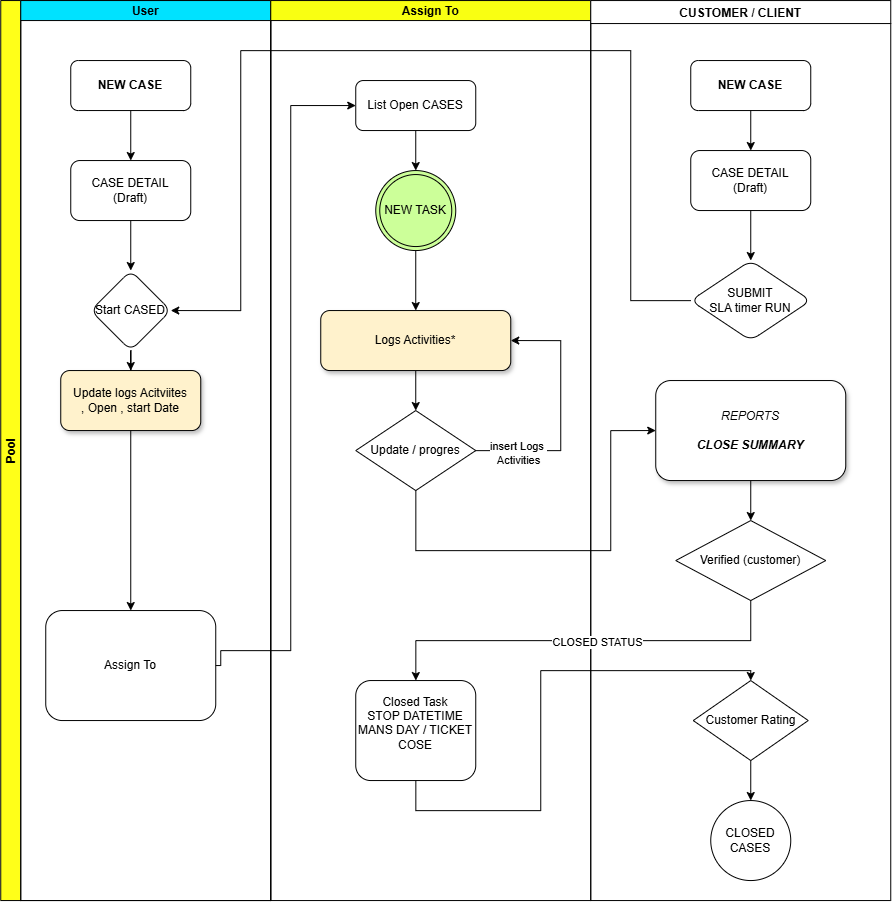
Above: AI-AGENT/flowchard-CASES.drawio.png in reynave/ticketing-support-server (draw.io), before the change. Source tidied: cells renumbered, new cells last; positions are measured from the earlier drawing's top-left corner, leaving out a move shared by most shapes. Source of this version:
```xml
<mxGraphModel>
  <root>
    <mxCell id="0" />
    <mxCell id="1" parent="0" />
    <mxCell id="2" value="Pool" style="swimlane;startSize=20;horizontal=0;fillColor=#FFFF19;" parent="1" vertex="1">
      <mxGeometry width="270" height="900" as="geometry" />
    </mxCell>
    <mxCell id="3" value="User" style="swimlane;startSize=20;fillColor=#00E2FF;" parent="2" vertex="1">
      <mxGeometry x="20" width="250" height="900" as="geometry" />
    </mxCell>
    <mxCell id="4" style="edgeStyle=orthogonalEdgeStyle;rounded=0;jettySize=auto;html=1;entryX=0.5;entryY=0;entryDx=0;entryDy=0;" parent="3" edge="1" source="5" target="7">
      <mxGeometry relative="1" as="geometry" />
    </mxCell>
    <mxCell id="5" value="NEW CASE" style="rounded=1;whiteSpace=wrap;html=1;fontStyle=1;" parent="3" vertex="1">
      <mxGeometry x="50" y="60" width="120" height="50" as="geometry" />
    </mxCell>
    <mxCell id="6" style="edgeStyle=orthogonalEdgeStyle;rounded=0;jettySize=auto;html=1;" parent="3" edge="1" source="7" target="9">
      <mxGeometry relative="1" as="geometry" />
    </mxCell>
    <mxCell id="7" value="CASE DETAIL&lt;div&gt;(Draft)&lt;/div&gt;" style="rounded=1;whiteSpace=wrap;html=1;" parent="3" vertex="1">
      <mxGeometry x="50" y="160" width="120" height="60" as="geometry" />
    </mxCell>
    <mxCell id="8" style="edgeStyle=orthogonalEdgeStyle;rounded=0;jettySize=auto;html=1;" parent="3" edge="1" source="9" target="10">
      <mxGeometry relative="1" as="geometry" />
    </mxCell>
    <mxCell id="9" value="Start CASED" style="rhombus;whiteSpace=wrap;html=1;rounded=1;" parent="3" vertex="1">
      <mxGeometry x="70" y="270" width="80" height="80" as="geometry" />
    </mxCell>
    <mxCell id="10" value="Update logs Acitviites&lt;br&gt;, Open , start Date" style="whiteSpace=wrap;html=1;rounded=1;fillColor=#FFF2CC;shadow=1;" parent="3" vertex="1">
      <mxGeometry x="40" y="370" width="140" height="60" as="geometry" />
    </mxCell>
    <mxCell id="11" style="edgeStyle=orthogonalEdgeStyle;rounded=0;jettySize=auto;html=1;" parent="3" edge="1" source="10" target="12">
      <mxGeometry relative="1" as="geometry" />
    </mxCell>
    <mxCell id="12" value="Assign To" style="rounded=1;whiteSpace=wrap;html=1;" parent="3" vertex="1">
      <mxGeometry x="25" y="610" width="170" height="110" as="geometry" />
    </mxCell>
    <mxCell id="13" value="Assign To" style="swimlane;startSize=20;fillColor=#F9FF12;" parent="1" vertex="1">
      <mxGeometry x="270" width="320" height="900" as="geometry" />
    </mxCell>
    <mxCell id="14" style="edgeStyle=orthogonalEdgeStyle;rounded=0;jettySize=auto;html=1;entryX=0.5;entryY=0;entryDx=0;entryDy=0;" parent="13" edge="1" source="15" target="18">
      <mxGeometry relative="1" as="geometry" />
    </mxCell>
    <mxCell id="15" value="Logs Activities*" style="rounded=1;whiteSpace=wrap;html=1;shadow=1;fillColor=#FFF2CC;" parent="13" vertex="1">
      <mxGeometry x="50" y="310" width="190" height="60" as="geometry" />
    </mxCell>
    <mxCell id="16" style="edgeStyle=orthogonalEdgeStyle;rounded=0;jettySize=auto;html=1;entryX=1;entryY=0.5;entryDx=0;entryDy=0;" parent="13" edge="1" source="18" target="15">
      <mxGeometry relative="1" as="geometry">
        <Array as="points">
          <mxPoint x="290" y="450" />
          <mxPoint x="290" y="340" />
        </Array>
      </mxGeometry>
    </mxCell>
    <mxCell id="17" value="insert Logs&amp;nbsp;&lt;div&gt;Activities&lt;/div&gt;" style="edgeLabel;html=1;align=center;verticalAlign=middle;" parent="16" vertex="1">
      <mxGeometry x="-0.66" y="-2" relative="1" as="geometry" />
    </mxCell>
    <mxCell id="18" value="Update / progres" style="rhombus;whiteSpace=wrap;html=1;" parent="13" vertex="1">
      <mxGeometry x="85" y="410" width="120" height="80" as="geometry" />
    </mxCell>
    <mxCell id="19" style="edgeStyle=orthogonalEdgeStyle;rounded=0;jettySize=auto;html=1;entryX=0.5;entryY=0;entryDx=0;entryDy=0;" parent="13" edge="1" source="23" target="15">
      <mxGeometry relative="1" as="geometry" />
    </mxCell>
    <mxCell id="20" value="List Open CASES" style="rounded=1;whiteSpace=wrap;html=1;" parent="13" vertex="1">
      <mxGeometry x="85" y="80" width="120" height="50" as="geometry" />
    </mxCell>
    <mxCell id="21" style="edgeStyle=orthogonalEdgeStyle;rounded=0;jettySize=auto;html=1;entryX=0.5;entryY=0;entryDx=0;entryDy=0;" parent="13" edge="1" target="24">
      <mxGeometry relative="1" as="geometry">
        <mxPoint x="145" y="710" as="sourcePoint" />
      </mxGeometry>
    </mxCell>
    <mxCell id="22" style="edgeStyle=orthogonalEdgeStyle;rounded=0;jettySize=auto;html=1;entryX=0.5;entryY=0;entryDx=0;entryDy=0;" parent="13" edge="1" source="20" target="23">
      <mxGeometry relative="1" as="geometry" />
    </mxCell>
    <mxCell id="23" value="NEW TASK" style="ellipse;shape=doubleEllipse;whiteSpace=wrap;html=1;fillColor=#CCFF99;" parent="13" vertex="1">
      <mxGeometry x="105" y="170" width="80" height="80" as="geometry" />
    </mxCell>
    <mxCell id="24" value="Closed Task&lt;div&gt;STOP DATETIME&lt;/div&gt;&lt;div&gt;MANS DAY / TICKET COSE&lt;/div&gt;&lt;div&gt;&lt;br&gt;&lt;/div&gt;" style="rounded=1;whiteSpace=wrap;html=1;" parent="13" vertex="1">
      <mxGeometry x="85" y="680" width="120" height="100" as="geometry" />
    </mxCell>
    <mxCell id="25" style="edgeStyle=orthogonalEdgeStyle;rounded=0;jettySize=auto;html=1;entryX=0;entryY=0.5;entryDx=0;entryDy=0;exitX=1;exitY=0.5;exitDx=0;exitDy=0;" parent="1" edge="1" source="12" target="20">
      <mxGeometry relative="1" as="geometry">
        <Array as="points">
          <mxPoint x="220" y="650" />
          <mxPoint x="290" y="650" />
          <mxPoint x="290" y="105" />
        </Array>
      </mxGeometry>
    </mxCell>
    <mxCell id="26" value="CUSTOMER / CLIENT" style="swimlane;" parent="1" vertex="1">
      <mxGeometry x="590" width="300" height="900" as="geometry" />
    </mxCell>
    <mxCell id="27" style="edgeStyle=orthogonalEdgeStyle;rounded=0;jettySize=auto;html=1;entryX=0.5;entryY=0;entryDx=0;entryDy=0;" parent="26" edge="1" source="28" target="30">
      <mxGeometry relative="1" as="geometry" />
    </mxCell>
    <mxCell id="28" value="NEW CASE" style="rounded=1;whiteSpace=wrap;html=1;fontStyle=1;" parent="26" vertex="1">
      <mxGeometry x="100" y="60" width="120" height="50" as="geometry" />
    </mxCell>
    <mxCell id="29" style="edgeStyle=orthogonalEdgeStyle;rounded=0;jettySize=auto;html=1;exitX=0.5;exitY=1;exitDx=0;exitDy=0;entryX=0.5;entryY=0;entryDx=0;entryDy=0;" parent="26" edge="1" source="30" target="31">
      <mxGeometry relative="1" as="geometry" />
    </mxCell>
    <mxCell id="30" value="CASE DETAIL&lt;div&gt;(Draft)&lt;/div&gt;" style="rounded=1;whiteSpace=wrap;html=1;" parent="26" vertex="1">
      <mxGeometry x="100" y="150" width="120" height="60" as="geometry" />
    </mxCell>
    <mxCell id="31" value="SUBMIT&lt;div&gt;SLA timer RUN&lt;/div&gt;" style="rhombus;whiteSpace=wrap;html=1;rounded=1;" parent="26" vertex="1">
      <mxGeometry x="100" y="260" width="120" height="80" as="geometry" />
    </mxCell>
    <mxCell id="32" style="edgeStyle=orthogonalEdgeStyle;rounded=0;jettySize=auto;html=1;entryX=0.5;entryY=0;entryDx=0;entryDy=0;" parent="26" edge="1" source="33" target="34">
      <mxGeometry relative="1" as="geometry" />
    </mxCell>
    <mxCell id="33" value="Customer Rating" style="rhombus;whiteSpace=wrap;html=1;" parent="26" vertex="1">
      <mxGeometry x="102.5" y="680" width="115" height="80" as="geometry" />
    </mxCell>
    <mxCell id="34" value="CLOSED&lt;br&gt;CASES" style="ellipse;whiteSpace=wrap;html=1;" parent="26" vertex="1">
      <mxGeometry x="120" y="800" width="80" height="80" as="geometry" />
    </mxCell>
    <mxCell id="35" value="Verified (customer)" style="rhombus;whiteSpace=wrap;html=1;" parent="26" vertex="1">
      <mxGeometry x="85" y="520" width="150" height="80" as="geometry" />
    </mxCell>
    <mxCell id="36" style="edgeStyle=orthogonalEdgeStyle;rounded=0;jettySize=auto;html=1;entryX=0.5;entryY=0;entryDx=0;entryDy=0;" parent="26" edge="1" source="37" target="35">
      <mxGeometry relative="1" as="geometry" />
    </mxCell>
    <mxCell id="37" value="&lt;div&gt;&lt;i&gt;REPORTS&lt;/i&gt;&lt;i style=&quot;&quot;&gt;&lt;font style=&quot;font-size: 12px;&quot;&gt;&lt;/font&gt;&lt;/i&gt;&lt;/div&gt;&lt;div&gt;&lt;i style=&quot;&quot;&gt;&lt;font style=&quot;font-size: 12px;&quot;&gt;&lt;br&gt;&lt;/font&gt;&lt;/i&gt;&lt;/div&gt;&lt;i style=&quot;&quot;&gt;&lt;font style=&quot;font-size: 12px;&quot;&gt;&lt;b&gt;CLOSE SUMMARY&lt;/b&gt;&lt;/font&gt;&lt;/i&gt;" style="rounded=1;whiteSpace=wrap;html=1;shadow=1;" parent="26" vertex="1">
      <mxGeometry x="65" y="380" width="190" height="100" as="geometry" />
    </mxCell>
    <mxCell id="38" style="edgeStyle=orthogonalEdgeStyle;rounded=0;jettySize=auto;html=1;entryX=1;entryY=0.5;entryDx=0;entryDy=0;" parent="1" edge="1" source="31" target="9">
      <mxGeometry relative="1" as="geometry">
        <Array as="points">
          <mxPoint x="630" y="300" />
          <mxPoint x="630" y="50" />
          <mxPoint x="240" y="50" />
          <mxPoint x="240" y="310" />
        </Array>
      </mxGeometry>
    </mxCell>
    <mxCell id="39" style="edgeStyle=orthogonalEdgeStyle;rounded=0;jettySize=auto;html=1;entryX=0;entryY=0.5;entryDx=0;entryDy=0;" parent="1" edge="1" source="18" target="37">
      <mxGeometry relative="1" as="geometry">
        <Array as="points">
          <mxPoint x="415" y="550" />
          <mxPoint x="610" y="550" />
          <mxPoint x="610" y="430" />
        </Array>
      </mxGeometry>
    </mxCell>
    <mxCell id="40" style="edgeStyle=orthogonalEdgeStyle;rounded=0;jettySize=auto;html=1;exitX=0.5;exitY=1;exitDx=0;exitDy=0;" parent="1" edge="1" source="35" target="24">
      <mxGeometry relative="1" as="geometry" />
    </mxCell>
    <mxCell id="41" value="CLOSED STATUS" style="edgeLabel;html=1;align=center;verticalAlign=middle;" parent="40" vertex="1">
      <mxGeometry x="-0.07" y="1" relative="1" as="geometry" />
    </mxCell>
    <mxCell id="42" style="edgeStyle=orthogonalEdgeStyle;rounded=0;jettySize=auto;html=1;entryX=0.5;entryY=0;entryDx=0;entryDy=0;" parent="1" edge="1" source="24" target="33">
      <mxGeometry relative="1" as="geometry">
        <Array as="points">
          <mxPoint x="415" y="810" />
          <mxPoint x="540" y="810" />
          <mxPoint x="540" y="670" />
          <mxPoint x="750" y="670" />
        </Array>
      </mxGeometry>
    </mxCell>
  </root>
</mxGraphModel>
```
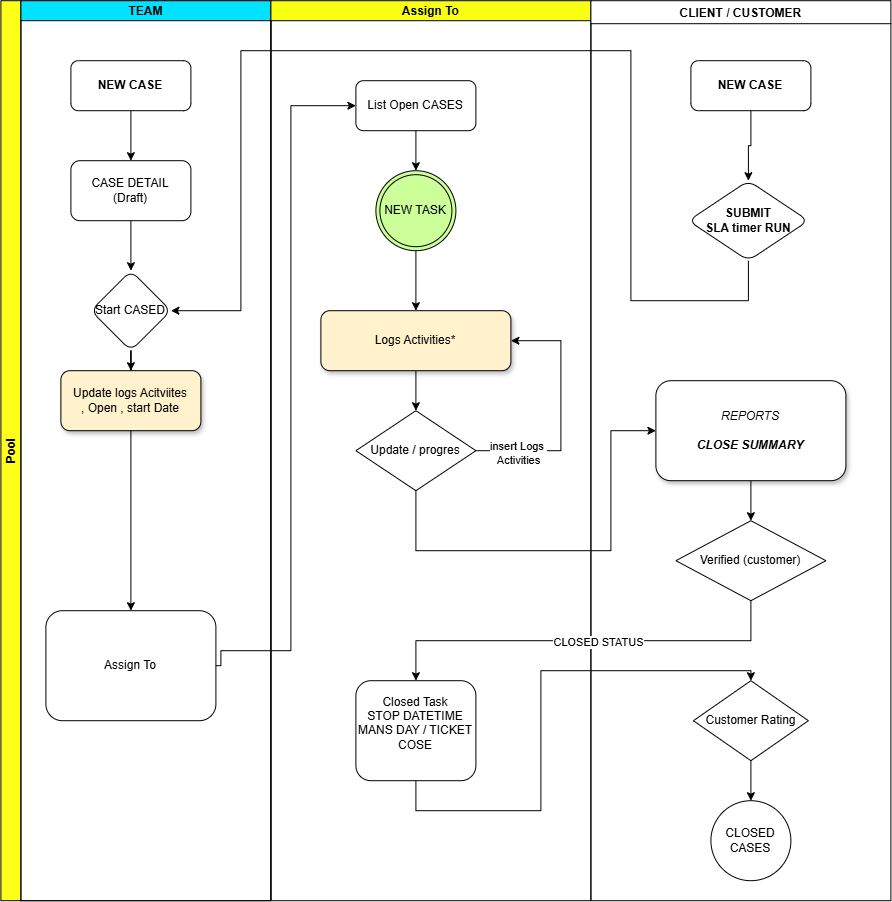
After the change.

Diff of the diagram source:
```diff
@@ -5,7 +5,7 @@
     <mxCell id="2" value="Pool" style="swimlane;startSize=20;horizontal=0;fillColor=#FFFF19;" parent="1" vertex="1">
       <mxGeometry width="270" height="900" as="geometry" />
     </mxCell>
-    <mxCell id="3" value="User" style="swimlane;startSize=20;fillColor=#00E2FF;" parent="2" vertex="1">
+    <mxCell id="3" value="TEAM" style="swimlane;startSize=20;fillColor=#00E2FF;" parent="2" vertex="1">
       <mxGeometry x="20" width="250" height="900" as="geometry" />
     </mxCell>
     <mxCell id="4" style="edgeStyle=orthogonalEdgeStyle;rounded=0;jettySize=auto;html=1;entryX=0.5;entryY=0;entryDx=0;entryDy=0;" parent="3" edge="1" source="5" target="7">
@@ -87,23 +87,17 @@
         </Array>
       </mxGeometry>
     </mxCell>
-    <mxCell id="26" value="CUSTOMER / CLIENT" style="swimlane;" parent="1" vertex="1">
+    <mxCell id="26" value="CLIENT / CUSTOMER" style="swimlane;" parent="1" vertex="1">
       <mxGeometry x="590" width="300" height="900" as="geometry" />
     </mxCell>
-    <mxCell id="27" style="edgeStyle=orthogonalEdgeStyle;rounded=0;jettySize=auto;html=1;entryX=0.5;entryY=0;entryDx=0;entryDy=0;" parent="26" edge="1" source="28" target="30">
+    <mxCell id="27" style="edgeStyle=orthogonalEdgeStyle;rounded=0;jettySize=auto;html=1;entryX=0.5;entryY=0;entryDx=0;entryDy=0;" parent="26" edge="1" source="28" target="31">
       <mxGeometry relative="1" as="geometry" />
     </mxCell>
     <mxCell id="28" value="NEW CASE" style="rounded=1;whiteSpace=wrap;html=1;fontStyle=1;" parent="26" vertex="1">
       <mxGeometry x="100" y="60" width="120" height="50" as="geometry" />
     </mxCell>
-    <mxCell id="29" style="edgeStyle=orthogonalEdgeStyle;rounded=0;jettySize=auto;html=1;exitX=0.5;exitY=1;exitDx=0;exitDy=0;entryX=0.5;entryY=0;entryDx=0;entryDy=0;" parent="26" edge="1" source="30" target="31">
-      <mxGeometry relative="1" as="geometry" />
-    </mxCell>
-    <mxCell id="30" value="CASE DETAIL&lt;div&gt;(Draft)&lt;/div&gt;" style="rounded=1;whiteSpace=wrap;html=1;" parent="26" vertex="1">
-      <mxGeometry x="100" y="150" width="120" height="60" as="geometry" />
-    </mxCell>
-    <mxCell id="31" value="SUBMIT&lt;div&gt;SLA timer RUN&lt;/div&gt;" style="rhombus;whiteSpace=wrap;html=1;rounded=1;" parent="26" vertex="1">
-      <mxGeometry x="100" y="260" width="120" height="80" as="geometry" />
+    <mxCell id="31" value="&lt;b&gt;SUBMIT&lt;/b&gt;&lt;div&gt;&lt;b&gt;SLA timer RUN&lt;/b&gt;&lt;/div&gt;" style="rhombus;whiteSpace=wrap;html=1;rounded=1;" parent="26" vertex="1">
+      <mxGeometry x="97.5" y="180" width="120" height="80" as="geometry" />
     </mxCell>
     <mxCell id="32" style="edgeStyle=orthogonalEdgeStyle;rounded=0;jettySize=auto;html=1;entryX=0.5;entryY=0;entryDx=0;entryDy=0;" parent="26" edge="1" source="33" target="34">
       <mxGeometry relative="1" as="geometry" />
```
